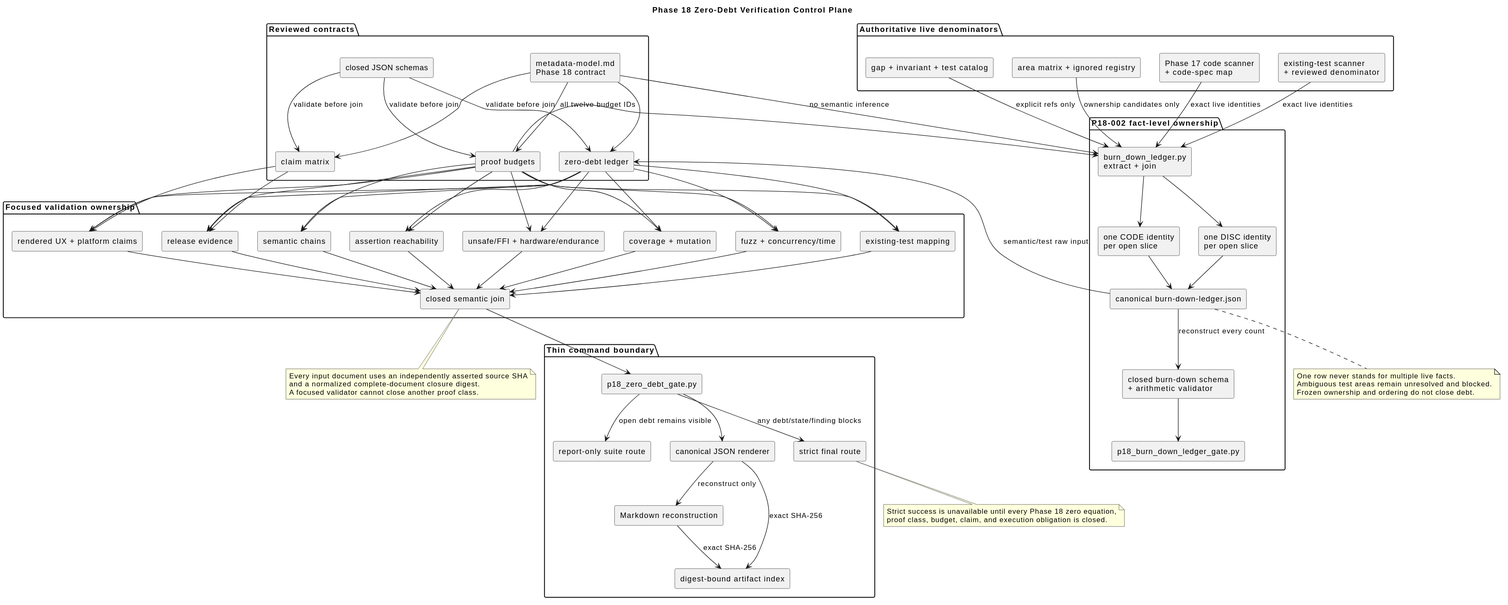
The PlantUML diagram docs/diagrams/generated/verification-p18-zero-debt.svg in johannesPettersson80/trust-platform, before a commit.
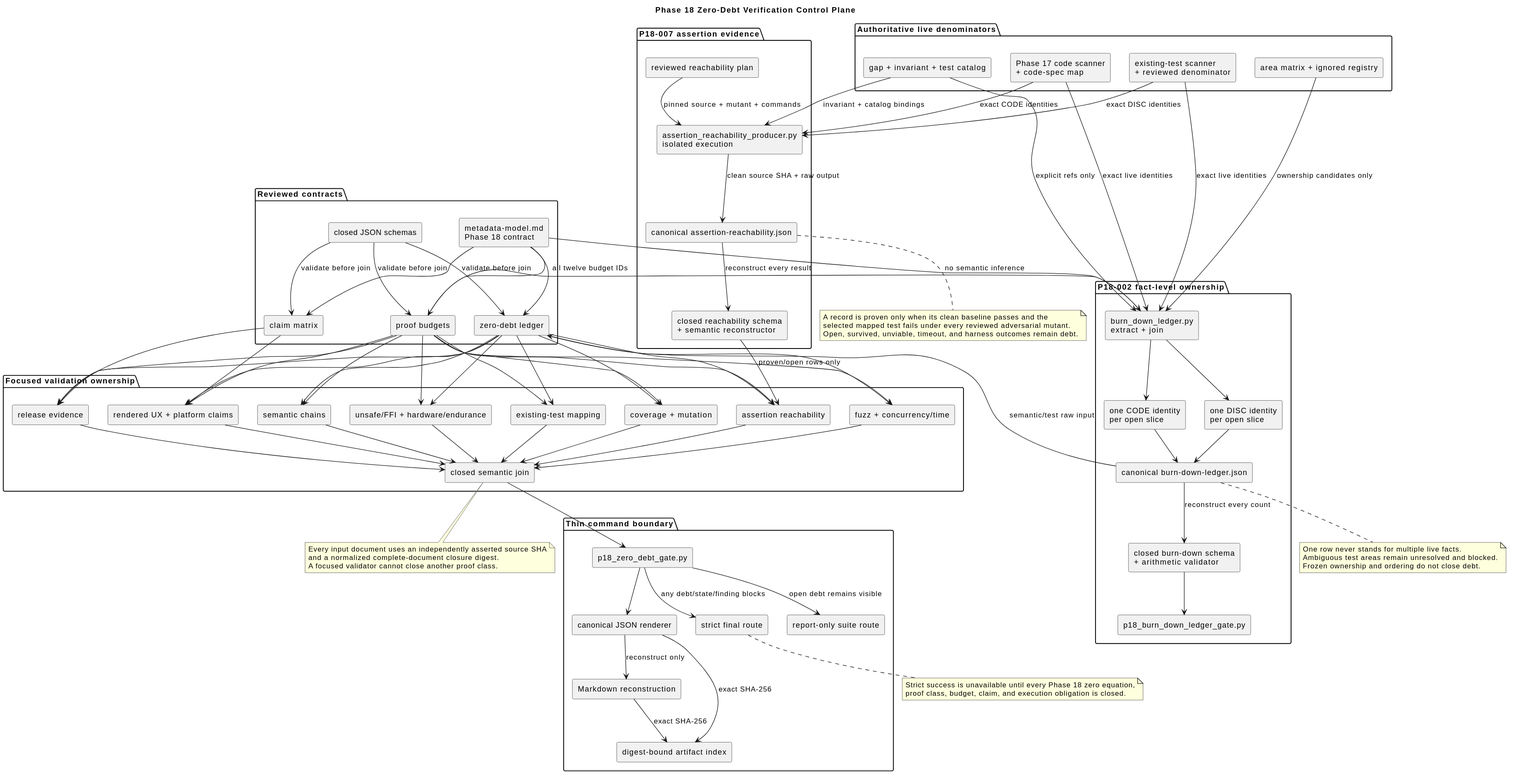
After the change.

Commit message:
Close P18 assertion reachability architecture

Change to the diagram source:
```diff
@@ -26,6 +26,13 @@
   [one DISC identity\nper open slice] as TestSlices
   [canonical burn-down-ledger.json] as BurnArtifact
   [p18_burn_down_ledger_gate.py] as BurnCLI
+}
+
+package "P18-007 assertion evidence" {
+  [reviewed reachability plan] as ReachPlan
+  [assertion_reachability_producer.py\nisolated execution] as ReachProducer
+  [canonical assertion-reachability.json] as ReachArtifact
+  [closed reachability schema\n+ semantic reconstructor] as ReachValidator
 }
 
 package "Focused validation ownership" {
@@ -69,6 +76,14 @@
 BurnArtifact --> BurnValidator : reconstruct every count
 BurnValidator --> BurnCLI
 BurnArtifact --> Ledger : semantic/test raw input
+
+CodeFacts --> ReachProducer : exact CODE identities
+TestFacts --> ReachProducer : exact DISC identities
+Metadata --> ReachProducer : invariant + catalog bindings
+ReachPlan --> ReachProducer : pinned source + mutant + commands
+ReachProducer --> ReachArtifact : clean source SHA + raw output
+ReachArtifact --> ReachValidator : reconstruct every result
+ReachValidator --> Reachability : proven/open rows only
 
 Ledger --> Semantic
 Ledger --> TestMapping
@@ -117,6 +132,12 @@
   Frozen ownership and ordering do not close debt.
 end note
 
+note bottom of ReachArtifact
+  A record is proven only when its clean baseline passes and the
+  selected mapped test fails under every reviewed adversarial mutant.
+  Open, survived, unviable, timeout, and harness outcomes remain debt.
+end note
+
 note bottom of StrictRoute
   Strict success is unavailable until every Phase 18 zero equation,
   proof class, budget, claim, and execution obligation is closed.
```
